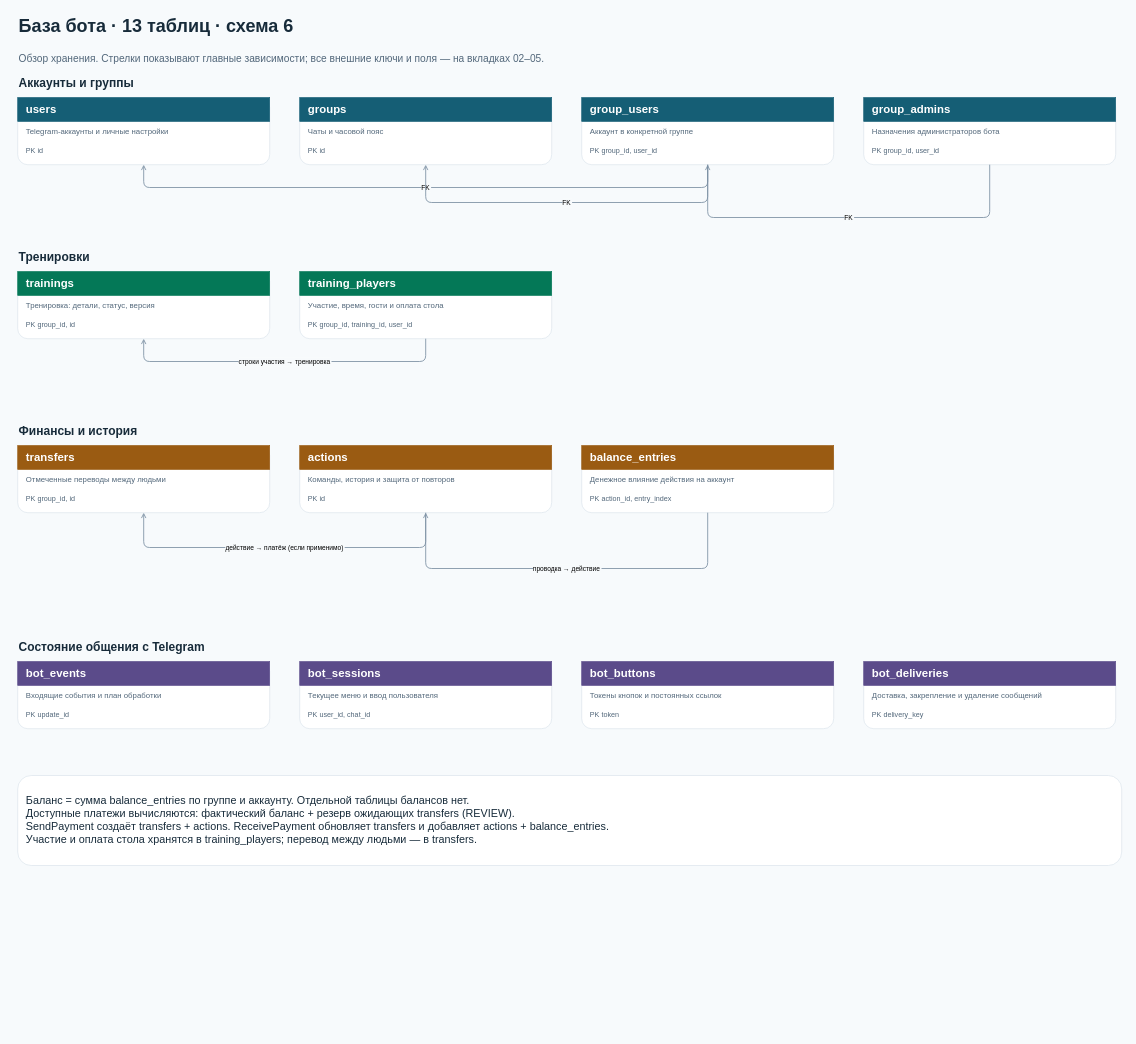
This is page "01 · Обзор" (1 of 6) of docs/diagrams/DATABASE_ERD.drawio from Romamor/tennis-split-bot, a draw.io file, before an edit. Source tidied: cells renumbered, new cells numbered last; positions are measured from the earlier drawing's top-left corner, leaving out a move shared by most shapes. Both pictures are drawn from the tidied source at 60%, with x=0, y=0 at pixel (10, 10).
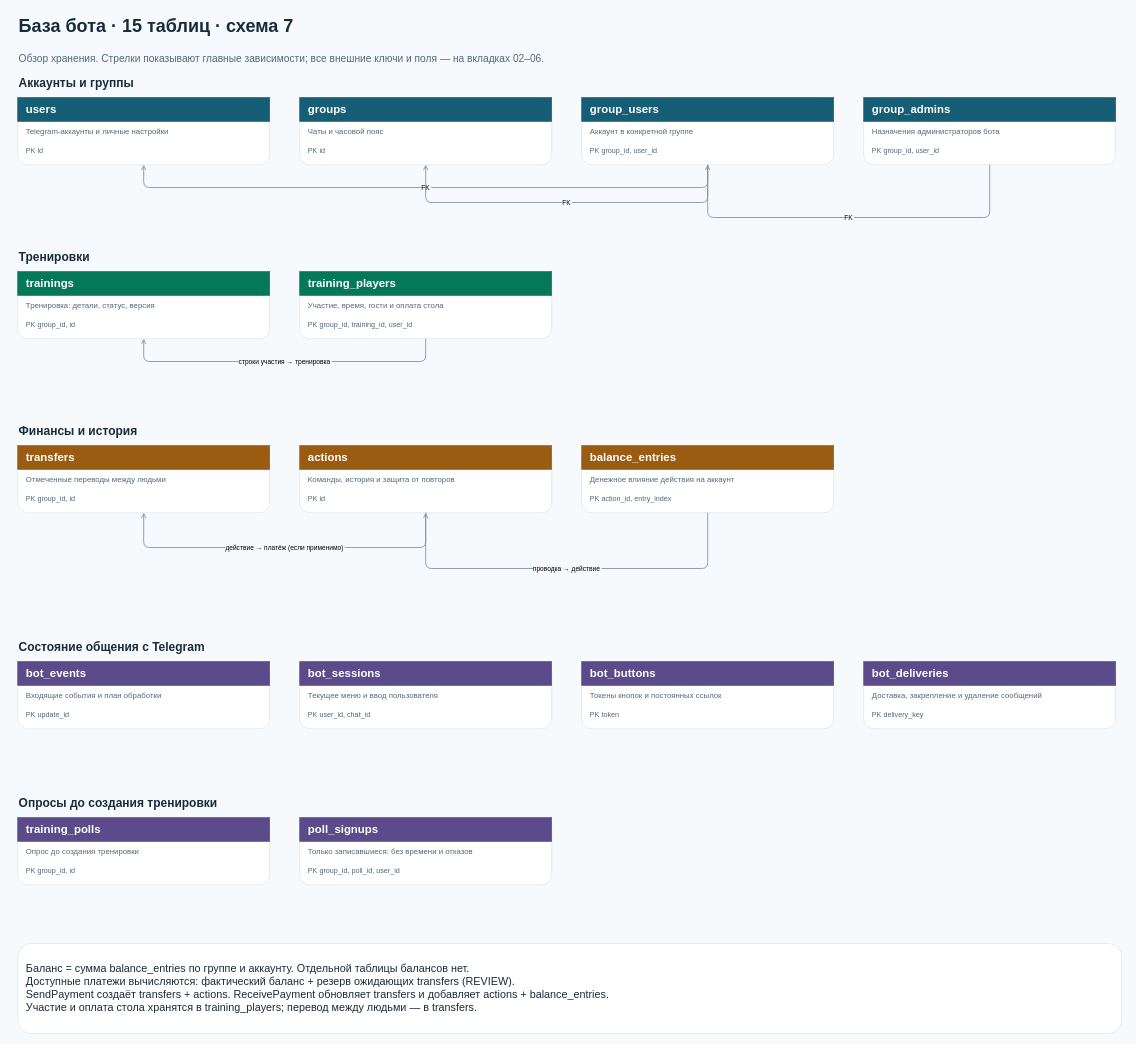
The same diagram, later.

Diff of the diagram source:
```diff
@@
-    <mxCell id="2" value="База бота · 13 таблиц · схема 6" style="rounded=0;whiteSpace=wrap;html=0;fillColor=none;strokeColor=none;fontColor=#172b3a;fontSize=30;fontFamily=Arial;align=left;verticalAlign=middle;spacingLeft=12;spacingRight=10;fontStyle=1;" parent="1" vertex="1">
+    <mxCell id="2" value="База бота · 15 таблиц · схема 7" style="rounded=0;whiteSpace=wrap;html=0;fillColor=none;strokeColor=none;fontColor=#172b3a;fontSize=30;fontFamily=Arial;align=left;verticalAlign=middle;spacingLeft=12;spacingRight=10;fontStyle=1;" parent="1" vertex="1">
       <mxGeometry width="1860" height="50" as="geometry" />
     </mxCell>
-    <mxCell id="3" value="Обзор хранения. Стрелки показывают главные зависимости; все внешние ключи и поля — на вкладках 02–05." style="rounded=0;whiteSpace=wrap;html=0;fillColor=none;strokeColor=none;fontColor=#52677a;fontSize=17;fontFamily=Arial;align=left;verticalAlign=middle;spacingLeft=12;spacingRight=10;" parent="1" vertex="1">
+    <mxCell id="3" value="Обзор хранения. Стрелки показывают главные зависимости; все внешние ключи и поля — на вкладках 02–06." style="rounded=0;whiteSpace=wrap;html=0;fillColor=none;strokeColor=none;fontColor=#52677a;fontSize=17;fontFamily=Arial;align=left;verticalAlign=middle;spacingLeft=12;spacingRight=10;" parent="1" vertex="1">
       <mxGeometry y="60" width="1860" height="42" as="geometry" />
     </mxCell>
@@
+    <mxCell id="67" value="Опросы до создания тренировки" style="rounded=0;whiteSpace=wrap;html=0;fillColor=none;strokeColor=none;fontColor=#172b3a;fontSize=20;fontFamily=Arial;align=left;verticalAlign=middle;spacingLeft=12;spacingRight=10;fontStyle=1;" parent="1" vertex="1">
+      <mxGeometry y="1305" width="1800" height="30" as="geometry" />
+    </mxCell>
+    <mxCell id="68" style="rounded=1;whiteSpace=wrap;html=0;fillColor=#ffffff;strokeColor=#d7e1ea;fontColor=#172b3a;fontSize=14;fontFamily=Arial;align=left;verticalAlign=middle;spacingLeft=12;spacingRight=10;" parent="1" vertex="1">
+      <mxGeometry x="12" y="1345" width="420" height="112" as="geometry" />
+    </mxCell>
+    <mxCell id="69" value="training_polls" style="rounded=0;whiteSpace=wrap;html=0;fillColor=#5b4b8a;strokeColor=#5b4b8a;fontColor=#ffffff;fontSize=19;fontFamily=Arial;align=left;verticalAlign=middle;spacingLeft=12;spacingRight=10;fontStyle=1;" parent="68" vertex="1">
+      <mxGeometry width="420" height="40" as="geometry" />
+    </mxCell>
+    <mxCell id="70" value="Опрос до создания тренировки" style="rounded=0;whiteSpace=wrap;html=0;fillColor=none;strokeColor=none;fontColor=#52677a;fontSize=13;fontFamily=Arial;align=left;verticalAlign=middle;spacingLeft=12;spacingRight=10;" parent="68" vertex="1">
+      <mxGeometry y="40" width="420" height="34" as="geometry" />
+    </mxCell>
+    <mxCell id="71" value="PK group_id, id" style="rounded=0;whiteSpace=wrap;html=0;fillColor=none;strokeColor=none;fontColor=#52677a;fontSize=12;fontFamily=Arial;align=left;verticalAlign=middle;spacingLeft=12;spacingRight=10;" parent="68" vertex="1">
+      <mxGeometry y="75" width="420" height="28" as="geometry" />
+    </mxCell>
+    <mxCell id="72" style="rounded=1;whiteSpace=wrap;html=0;fillColor=#ffffff;strokeColor=#d7e1ea;fontColor=#172b3a;fontSize=14;fontFamily=Arial;align=left;verticalAlign=middle;spacingLeft=12;spacingRight=10;" parent="1" vertex="1">
+      <mxGeometry x="482" y="1345" width="420" height="112" as="geometry" />
+    </mxCell>
+    <mxCell id="73" value="poll_signups" style="rounded=0;whiteSpace=wrap;html=0;fillColor=#5b4b8a;strokeColor=#5b4b8a;fontColor=#ffffff;fontSize=19;fontFamily=Arial;align=left;verticalAlign=middle;spacingLeft=12;spacingRight=10;fontStyle=1;" parent="72" vertex="1">
+      <mxGeometry width="420" height="40" as="geometry" />
+    </mxCell>
+    <mxCell id="74" value="Только записавшиеся: без времени и отказов" style="rounded=0;whiteSpace=wrap;html=0;fillColor=none;strokeColor=none;fontColor=#52677a;fontSize=13;fontFamily=Arial;align=left;verticalAlign=middle;spacingLeft=12;spacingRight=10;" parent="72" vertex="1">
+      <mxGeometry y="40" width="420" height="34" as="geometry" />
+    </mxCell>
+    <mxCell id="75" value="PK group_id, poll_id, user_id" style="rounded=0;whiteSpace=wrap;html=0;fillColor=none;strokeColor=none;fontColor=#52677a;fontSize=12;fontFamily=Arial;align=left;verticalAlign=middle;spacingLeft=12;spacingRight=10;" parent="72" vertex="1">
+      <mxGeometry y="75" width="420" height="28" as="geometry" />
+    </mxCell>
@@
     <mxCell id="66" value="Баланс = сумма balance_entries по группе и аккаунту. Отдельной таблицы балансов нет.&#10;Доступные платежи вычисляются: фактический баланс + резерв ожидающих transfers (REVIEW).&#10;SendPayment создаёт transfers + actions. ReceivePayment обновляет transfers и добавляет actions + balance_entries.&#10;Участие и оплата стола хранятся в training_players; перевод между людьми — в transfers." style="rounded=1;whiteSpace=wrap;html=0;fillColor=#ffffff;strokeColor=#d7e1ea;fontColor=#172b3a;fontSize=18;fontFamily=Arial;align=left;verticalAlign=middle;spacingLeft=12;spacingRight=10;" parent="1" vertex="1">
-      <mxGeometry x="12" y="1275" width="1840" height="150" as="geometry" />
+      <mxGeometry x="12" y="1555" width="1840" height="150" as="geometry" />
     </mxCell>
```
